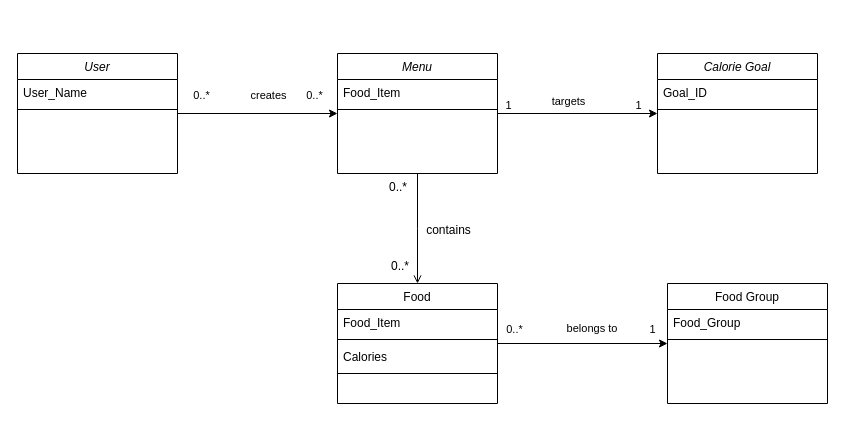
This is ext/Untitled Diagram.drawio from raeeschaudhary/Coursera_Exams, a draw.io file, before an edit. Source tidied: cells renumbered, new cells numbered last; positions are measured from the earlier drawing's top-left corner, leaving out a move shared by most shapes. Both pictures are drawn from the tidied source at 100%, with x=0, y=0 at pixel (17, 53).
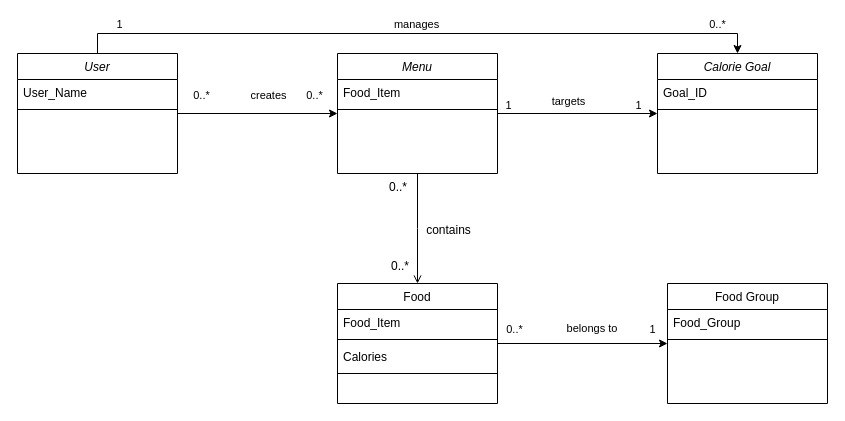
Above is the later version.

Unchanged cells that the change refers to:
```xml
<mxCell id="29" value="User" style="swimlane;fontStyle=2;align=center;verticalAlign=top;horizontal=1;startSize=26;rounded=0;shadow=0;strokeWidth=1;" parent="1" vertex="1">
  <mxGeometry width="160" height="120" as="geometry" />
</mxCell>
<mxCell id="32" value="Calorie Goal" style="swimlane;fontStyle=2;align=center;verticalAlign=top;horizontal=1;startSize=26;rounded=0;shadow=0;strokeWidth=1;" parent="1" vertex="1">
  <mxGeometry x="640" width="160" height="120" as="geometry" />
</mxCell>
```

Change to the diagram source:
```diff
@@
+    <mxCell id="35" style="edgeStyle=orthogonalEdgeStyle;rounded=0;jettySize=auto;html=1;exitX=0.5;exitY=0;exitDx=0;exitDy=0;entryX=0.5;entryY=0;entryDx=0;entryDy=0;" parent="1" edge="1" source="29" target="32">
+      <mxGeometry relative="1" as="geometry" />
+    </mxCell>
+    <mxCell id="36" value="manages" style="edgeLabel;html=1;align=center;verticalAlign=middle;" parent="35" vertex="1">
+      <mxGeometry x="0.01" y="-2" relative="1" as="geometry">
+        <mxPoint x="-5" y="-12" as="offset" />
+      </mxGeometry>
+    </mxCell>
+    <mxCell id="37" value="1" style="edgeLabel;html=1;align=center;verticalAlign=middle;" parent="35" vertex="1">
+      <mxGeometry x="-0.88" y="1" relative="1" as="geometry">
+        <mxPoint y="-9" as="offset" />
+      </mxGeometry>
+    </mxCell>
+    <mxCell id="38" value="0..*" style="edgeLabel;html=1;align=center;verticalAlign=middle;" parent="35" vertex="1">
+      <mxGeometry x="0.88" y="-3" relative="1" as="geometry">
+        <mxPoint y="-13" as="offset" />
+      </mxGeometry>
+    </mxCell>
```
